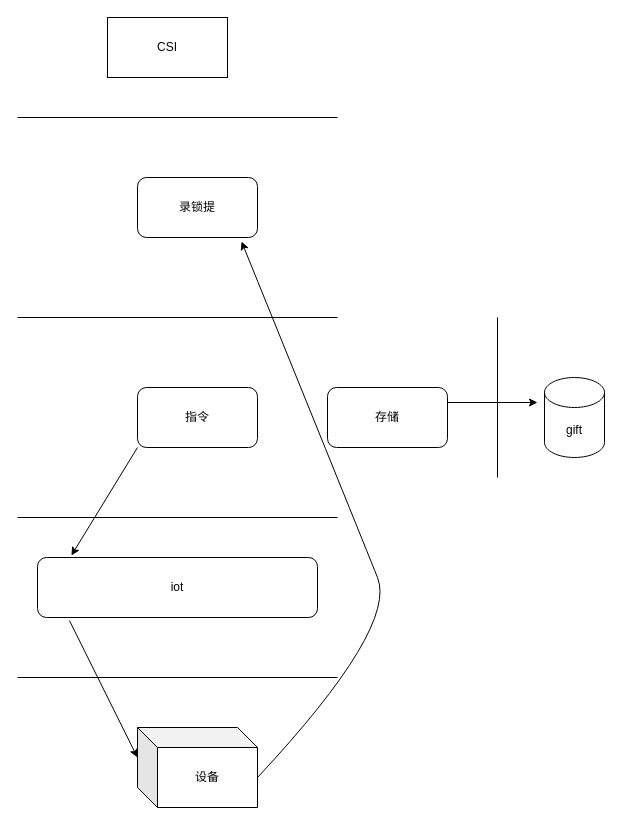
The draw.io diagram Untitled Diagram.drawio in blindalley/common-note, before the edit. Source tidied: cells renumbered, new cells numbered last; positions are measured from the earlier drawing's top-left corner, leaving out a move shared by most shapes. Both pictures are drawn from the tidied source at 100%, with x=0, y=0 at pixel (17, 17).
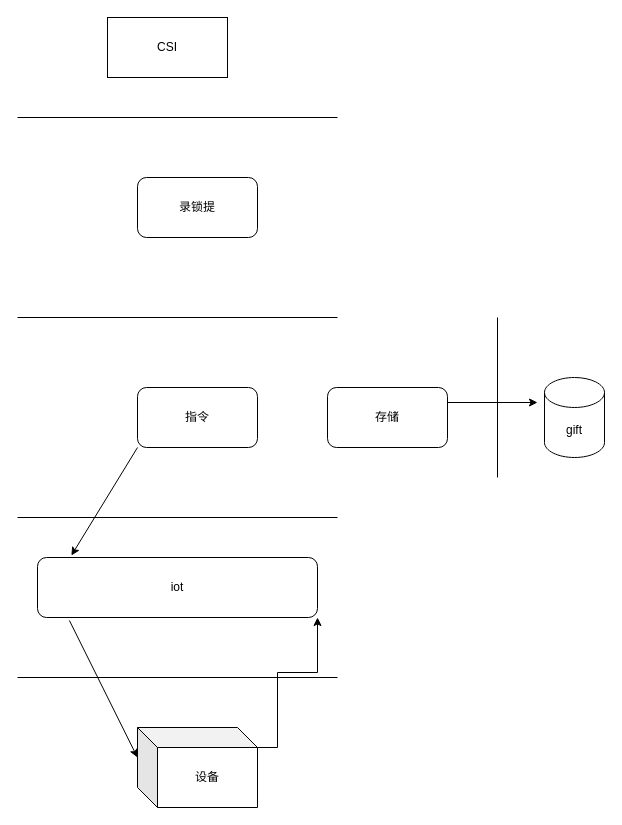
Above is the later version.

The change refers to these unchanged cells:
```xml
<mxCell id="4" value="录锁提" style="rounded=1;whiteSpace=wrap;html=1;" parent="1" vertex="1">
  <mxGeometry x="120" y="160" width="120" height="60" as="geometry" />
</mxCell>
<mxCell id="12" value="iot" style="rounded=1;whiteSpace=wrap;html=1;" parent="1" vertex="1">
  <mxGeometry x="20" y="540" width="280" height="60" as="geometry" />
</mxCell>
<mxCell id="14" value="设备" style="shape=cube;whiteSpace=wrap;html=1;boundedLbl=1;backgroundOutline=1;darkOpacity=0.05;darkOpacity2=0.1;" parent="1" vertex="1">
  <mxGeometry x="120" y="710" width="120" height="80" as="geometry" />
</mxCell>
```

Change to the diagram source:
```diff
@@
+    <mxCell id="18" style="edgeStyle=orthogonalEdgeStyle;rounded=0;jettySize=auto;html=1;exitX=0;exitY=0;exitDx=120;exitDy=20;exitPerimeter=0;entryX=1;entryY=1;entryDx=0;entryDy=0;" parent="1" edge="1" source="14" target="12">
+      <mxGeometry relative="1" as="geometry" />
+    </mxCell>
@@
-    <mxCell id="15" style="curved=1;endArrow=classic;html=1;exitX=0;exitY=0;exitDx=120;exitDy=50;exitPerimeter=0;entryX=0.867;entryY=1.067;entryDx=0;entryDy=0;entryPerimeter=0;" parent="1" edge="1" source="14" target="4">
-      <mxGeometry relative="1" as="geometry">
-        <Array as="points">
-          <mxPoint x="380" y="610" />
-          <mxPoint x="340" y="510" />
-        </Array>
-      </mxGeometry>
-    </mxCell>
```
